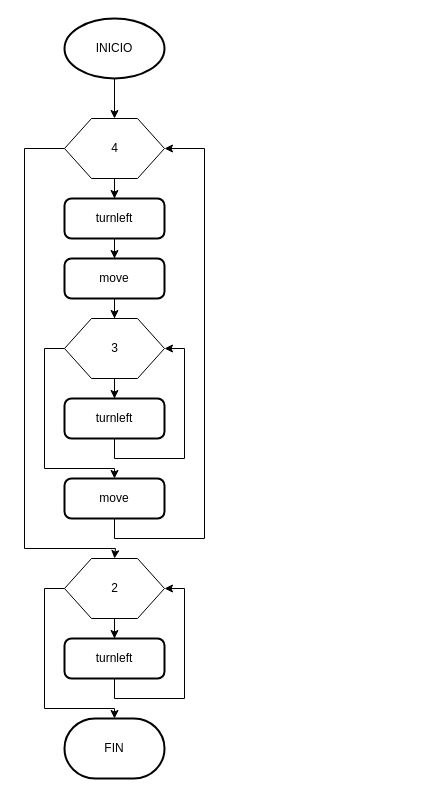
This is Escalera.drawio from PedroJOH/Ejercicios_karel, a draw.io file, before an edit. Source tidied: cells renumbered, new cells numbered last; positions are measured from the earlier drawing's top-left corner, leaving out a move shared by most shapes. Both pictures are drawn from the tidied source at 100%, with x=0, y=0 at pixel (24, 18).
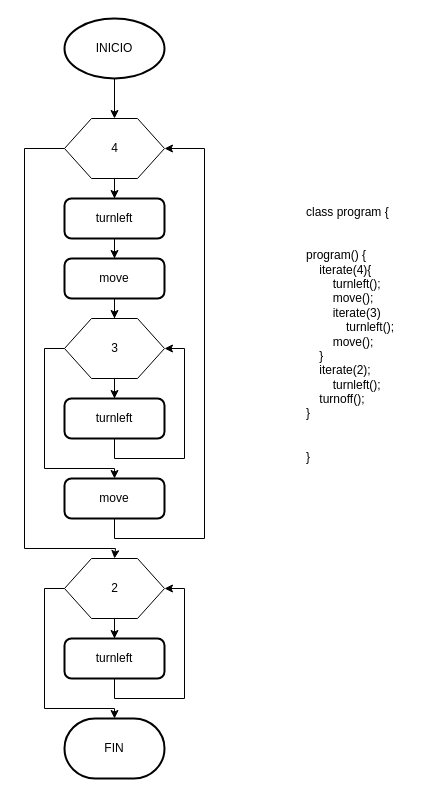
After the change.

Diff of the diagram source:
```diff
@@
+    <mxCell id="24" value="class program {&#10;&#10;&#10;program() {&#10;    iterate(4){&#10;        turnleft();&#10;        move();&#10;        iterate(3)&#10;            turnleft();&#10;        move();&#10;    }&#10;    iterate(2);&#10;        turnleft();&#10;    turnoff();&#10;}&#10;&#10;&#10;}" style="text;whiteSpace=wrap;" parent="1" vertex="1">
+      <mxGeometry x="280" y="180" width="120" height="280" as="geometry" />
+    </mxCell>
```
